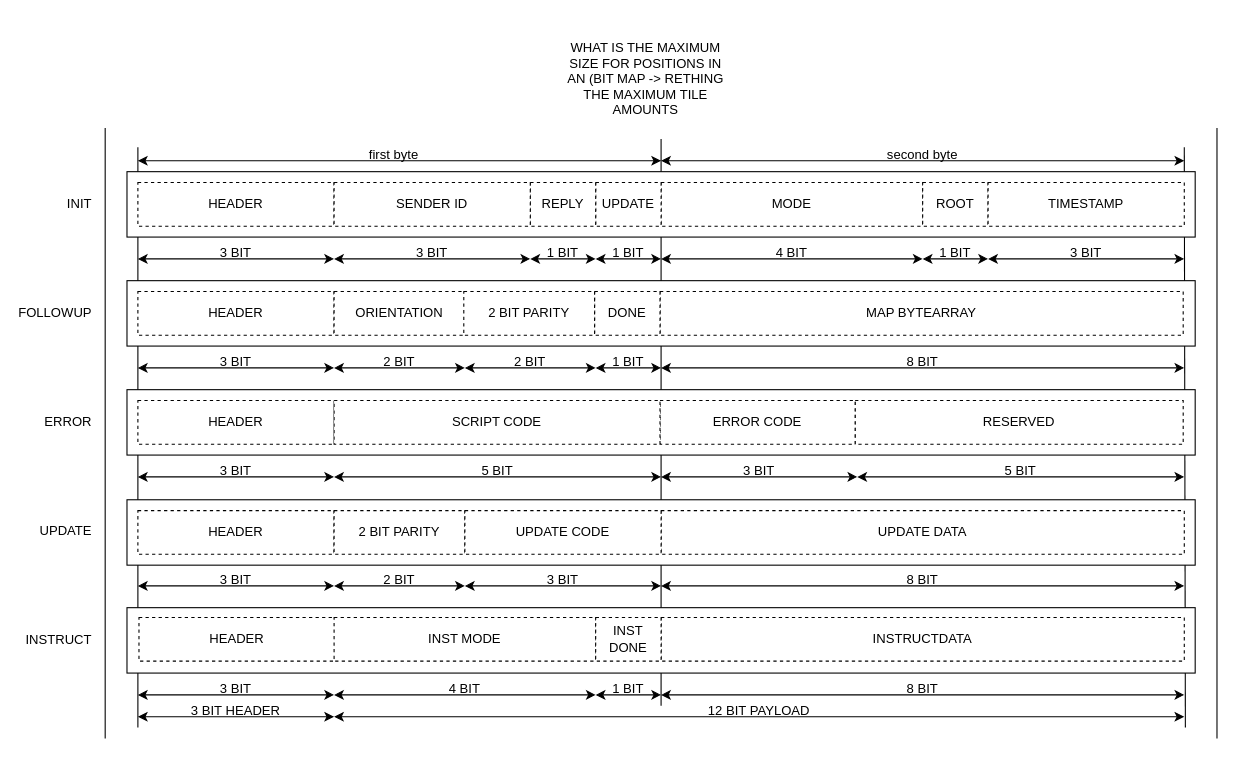
Earlier version of the draw.io diagram diagramsDrawio/msgArchitecture.drawio (SophiagDotart/puzzlingRobots). Source tidied: cells renumbered, new cells numbered last; positions are measured from the earlier drawing's top-left corner, leaving out a move shared by most shapes. Both pictures are drawn from the tidied source at 109%, with x=0, y=0 at pixel (28, 62).
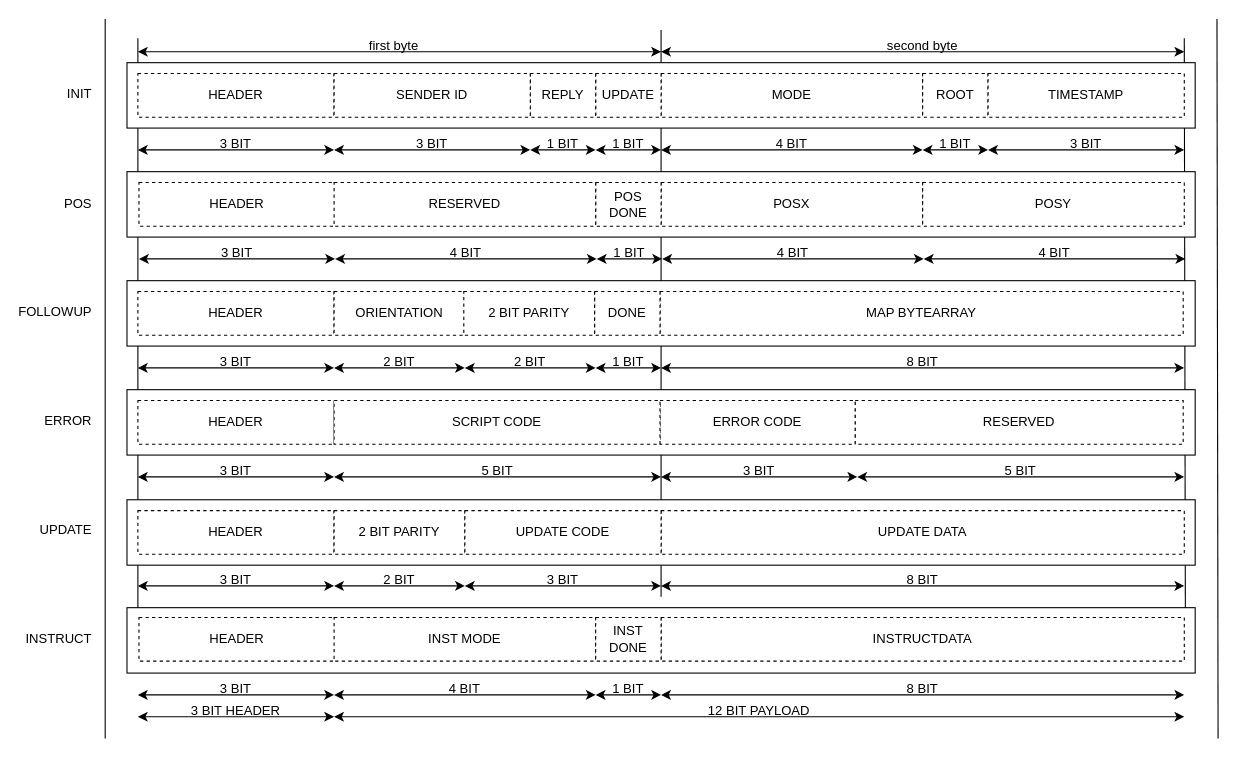
After the change.

Unchanged cells that the change refers to:
```xml
<mxCell id="73" value="second byte" style="text;html=1;whiteSpace=wrap;strokeColor=none;fillColor=none;align=center;verticalAlign=middle;rounded=0;" parent="71" vertex="1">
  <mxGeometry width="480" height="30" as="geometry" />
</mxCell>
<mxCell id="75" value="first byte" style="text;html=1;whiteSpace=wrap;strokeColor=none;fillColor=none;align=center;verticalAlign=middle;rounded=0;" parent="74" vertex="1">
  <mxGeometry width="470" height="30" as="geometry" />
</mxCell>
<mxCell id="78" style="group;" parent="77" vertex="1">
  <mxGeometry x="180" width="780" height="35" as="geometry" />
</mxCell>
<mxCell id="81" style="group;" parent="77" vertex="1">
  <mxGeometry width="180" height="34" as="geometry" />
</mxCell>
<mxCell id="123" style="group;" parent="122" vertex="1">
  <mxGeometry width="60" height="330" as="geometry" />
</mxCell>
```

Diff of the diagram source:
```diff
@@
     <mxCell id="2" style="endArrow=none;html=1;rounded=0;entryX=1;entryY=0.25;entryDx=0;entryDy=0;" parent="1" edge="1" target="73">
       <mxGeometry relative="1" as="geometry">
-        <mxPoint x="1061" y="610" as="sourcePoint" />
+        <mxPoint x="1061" y="510" as="sourcePoint" />
       </mxGeometry>
     </mxCell>
     <mxCell id="3" style="endArrow=none;html=1;rounded=0;entryX=0;entryY=0.25;entryDx=0;entryDy=0;" parent="1" edge="1" target="75">
       <mxGeometry relative="1" as="geometry">
-        <mxPoint x="100" y="610" as="sourcePoint" />
+        <mxPoint x="100" y="510" as="sourcePoint" />
       </mxGeometry>
     </mxCell>
     <mxCell id="4" style="endArrow=none;html=1;rounded=0;" parent="1" edge="1">
       <mxGeometry relative="1" as="geometry">
-        <mxPoint x="580" y="590" as="sourcePoint" />
-        <mxPoint x="580" y="70" as="targetPoint" />
+        <mxPoint x="580" y="490" as="sourcePoint" />
+        <mxPoint x="580" y="-30" as="targetPoint" />
         <Array as="points">
-          <mxPoint x="580" y="170" />
+          <mxPoint x="580" y="70" />
         </Array>
       </mxGeometry>
     </mxCell>
     <mxCell id="5" style="endArrow=none;html=1;rounded=0;" parent="1" edge="1">
       <mxGeometry relative="1" as="geometry">
         <mxPoint x="70" y="620" as="sourcePoint" />
-        <mxPoint x="70" y="60" as="targetPoint" />
+        <mxPoint x="70" y="-40" as="targetPoint" />
       </mxGeometry>
     </mxCell>
     <mxCell id="6" style="endArrow=none;html=1;rounded=0;" parent="1" edge="1">
       <mxGeometry relative="1" as="geometry">
-        <mxPoint x="1090" y="620" as="sourcePoint" />
-        <mxPoint x="1090" y="60" as="targetPoint" />
+        <mxPoint x="1091" y="620" as="sourcePoint" />
+        <mxPoint x="1090" y="-40" as="targetPoint" />
       </mxGeometry>
     </mxCell>
     <mxCell id="7" style="rounded=0;whiteSpace=wrap;html=1;" parent="1" vertex="1">
-      <mxGeometry x="90" y="100" width="980" height="60" as="geometry" />
+      <mxGeometry x="90" width="980" height="60" as="geometry" />
     </mxCell>
     <mxCell id="8" value="MODE" style="rounded=0;whiteSpace=wrap;html=1;dashed=1;" parent="1" vertex="1">
-      <mxGeometry x="580" y="110" width="240" height="40" as="geometry" />
+      <mxGeometry x="580" y="10" width="240" height="40" as="geometry" />
     </mxCell>
     <mxCell id="9" value="UPDATE" style="rounded=0;whiteSpace=wrap;html=1;dashed=1;" parent="1" vertex="1">
-      <mxGeometry x="520" y="110" width="60" height="40" as="geometry" />
+      <mxGeometry x="520" y="10" width="60" height="40" as="geometry" />
     </mxCell>
     <mxCell id="10" value="REPLY" style="rounded=0;whiteSpace=wrap;html=1;dashed=1;" parent="1" vertex="1">
-      <mxGeometry x="460" y="110" width="60" height="40" as="geometry" />
+      <mxGeometry x="460" y="10" width="60" height="40" as="geometry" />
     </mxCell>
     <mxCell id="11" value="ROOT" style="rounded=0;whiteSpace=wrap;html=1;dashed=1;" parent="1" vertex="1">
-      <mxGeometry x="820" y="110" width="60" height="40" as="geometry" />
+      <mxGeometry x="820" y="10" width="60" height="40" as="geometry" />
     </mxCell>
     <mxCell id="12" value="HEADER" style="rounded=0;whiteSpace=wrap;html=1;dashed=1;" parent="1" vertex="1">
-      <mxGeometry x="100" y="110" width="180" height="40" as="geometry" />
+      <mxGeometry x="100" y="10" width="180" height="40" as="geometry" />
     </mxCell>
     <mxCell id="13" value="SENDER ID" style="rounded=0;whiteSpace=wrap;html=1;dashed=1;" parent="1" vertex="1">
-      <mxGeometry x="280" y="110" width="180" height="40" as="geometry" />
+      <mxGeometry x="280" y="10" width="180" height="40" as="geometry" />
     </mxCell>
     <mxCell id="14" value="TIMESTAMP" style="rounded=0;whiteSpace=wrap;html=1;dashed=1;" parent="1" vertex="1">
-      <mxGeometry x="880" y="110" width="180" height="40" as="geometry" />
+      <mxGeometry x="880" y="10" width="180" height="40" as="geometry" />
     </mxCell>
@@
     <mxCell id="53" style="group;" parent="1" vertex="1">
-      <mxGeometry x="100" y="160" width="180" height="30" as="geometry" />
+      <mxGeometry x="100" y="60" width="180" height="30" as="geometry" />
     </mxCell>
@@
     <mxCell id="56" style="group;" parent="1" vertex="1">
-      <mxGeometry x="280" y="160" width="180" height="30" as="geometry" />
+      <mxGeometry x="280" y="60" width="180" height="30" as="geometry" />
     </mxCell>
@@
     <mxCell id="59" style="group;" parent="1" vertex="1">
-      <mxGeometry x="580" y="160" width="240" height="30" as="geometry" />
+      <mxGeometry x="580" y="60" width="240" height="30" as="geometry" />
     </mxCell>
@@
     <mxCell id="62" style="group;" parent="1" vertex="1">
-      <mxGeometry x="880" y="160" width="180" height="30" as="geometry" />
+      <mxGeometry x="880" y="60" width="180" height="30" as="geometry" />
     </mxCell>
@@
     <mxCell id="65" style="group;" parent="1" vertex="1">
-      <mxGeometry x="460" y="160" width="60" height="30" as="geometry" />
+      <mxGeometry x="460" y="60" width="60" height="30" as="geometry" />
     </mxCell>
@@
     <mxCell id="68" style="group;" parent="1" vertex="1">
-      <mxGeometry x="520" y="160" width="60" height="30" as="geometry" />
+      <mxGeometry x="520" y="60" width="60" height="30" as="geometry" />
     </mxCell>
@@
     <mxCell id="71" style="group;" parent="1" vertex="1">
-      <mxGeometry x="580" y="70" width="480" height="30" as="geometry" />
+      <mxGeometry x="580" y="-30" width="480" height="30" as="geometry" />
     </mxCell>
@@
     <mxCell id="74" style="group;" parent="1" vertex="1">
-      <mxGeometry x="100" y="70" width="480" height="30" as="geometry" />
+      <mxGeometry x="100" y="-30" width="480" height="30" as="geometry" />
     </mxCell>
@@
     <mxCell id="77" style="group;" parent="1" vertex="1">
-      <mxGeometry x="100" y="580" width="960" height="35" as="geometry" />
+      <mxGeometry x="100" y="560" width="960" height="35" as="geometry" />
     </mxCell>
@@
     <mxCell id="79" style="endArrow=classic;startArrow=classic;html=1;rounded=0;" parent="78" edge="1">
       <mxGeometry relative="1" as="geometry">
-        <mxPoint y="20" as="sourcePoint" />
-        <mxPoint x="780" y="20" as="targetPoint" />
+        <mxPoint y="40" as="sourcePoint" />
+        <mxPoint x="780" y="40" as="targetPoint" />
       </mxGeometry>
     </mxCell>
     <mxCell id="80" value="12 BIT PAYLOAD" style="text;html=1;whiteSpace=wrap;strokeColor=none;fillColor=none;align=center;verticalAlign=middle;rounded=0;" parent="78" vertex="1">
-      <mxGeometry width="780" height="30" as="geometry" />
+      <mxGeometry y="20" width="780" height="30" as="geometry" />
     </mxCell>
@@
     <mxCell id="82" style="endArrow=classic;startArrow=classic;html=1;rounded=0;" parent="81" edge="1">
       <mxGeometry relative="1" as="geometry">
-        <mxPoint y="20" as="sourcePoint" />
-        <mxPoint x="180" y="20" as="targetPoint" />
+        <mxPoint y="40" as="sourcePoint" />
+        <mxPoint x="180" y="40" as="targetPoint" />
       </mxGeometry>
     </mxCell>
     <mxCell id="83" value="3 BIT HEADER" style="text;html=1;whiteSpace=wrap;strokeColor=none;fillColor=none;align=center;verticalAlign=middle;rounded=0;" parent="81" vertex="1">
-      <mxGeometry width="180" height="30" as="geometry" />
+      <mxGeometry y="20" width="180" height="30" as="geometry" />
     </mxCell>
     <mxCell id="84" style="group;" parent="1" vertex="1">
-      <mxGeometry x="820" y="160" width="60" height="30" as="geometry" />
+      <mxGeometry x="820" y="60" width="60" height="30" as="geometry" />
     </mxCell>
@@
     <mxCell id="122" style="group;" parent="1" vertex="1">
-      <mxGeometry y="115" width="60" height="430" as="geometry" />
+      <mxGeometry y="14" width="60" height="430" as="geometry" />
     </mxCell>
@@
     <mxCell id="125" value="FOLLOWUP" style="text;html=1;align=right;verticalAlign=middle;whiteSpace=wrap;rounded=0;" parent="123" vertex="1">
-      <mxGeometry y="100" width="60" height="30" as="geometry" />
+      <mxGeometry y="200" width="60" height="30" as="geometry" />
     </mxCell>
     <mxCell id="126" value="ERROR" style="text;html=1;align=right;verticalAlign=middle;whiteSpace=wrap;rounded=0;" parent="123" vertex="1">
-      <mxGeometry y="200" width="60" height="30" as="geometry" />
+      <mxGeometry y="300" width="60" height="30" as="geometry" />
     </mxCell>
     <mxCell id="127" value="UPDATE" style="text;html=1;align=right;verticalAlign=middle;whiteSpace=wrap;rounded=0;" parent="123" vertex="1">
-      <mxGeometry y="300" width="60" height="30" as="geometry" />
+      <mxGeometry y="400" width="60" height="30" as="geometry" />
     </mxCell>
+    <mxCell id="130" value="POS" style="text;html=1;align=right;verticalAlign=middle;whiteSpace=wrap;rounded=0;" parent="123" vertex="1">
+      <mxGeometry y="101" width="60" height="30" as="geometry" />
+    </mxCell>
     <mxCell id="128" value="INSTRUCT" style="text;html=1;align=right;verticalAlign=middle;whiteSpace=wrap;rounded=0;" parent="122" vertex="1">
-      <mxGeometry y="400" width="60" height="30" as="geometry" />
+      <mxGeometry y="500" width="60" height="30" as="geometry" />
     </mxCell>
-    <mxCell id="129" value="WHAT IS THE MAXIMUM SIZE FOR POSITIONS IN AN (BIT MAP -&amp;gt; RETHING THE MAXIMUM TILE AMOUNTS" style="text;html=1;align=center;verticalAlign=middle;whiteSpace=wrap;rounded=0;" parent="1" vertex="1">
-      <mxGeometry x="491" width="150" height="30" as="geometry" />
-    </mxCell>
+    <mxCell id="131" style="rounded=0;whiteSpace=wrap;html=1;" parent="1" vertex="1">
+      <mxGeometry x="90" y="100" width="980" height="60" as="geometry" />
+    </mxCell>
+    <mxCell id="132" value="HEADER" style="rounded=0;whiteSpace=wrap;html=1;dashed=1;" parent="1" vertex="1">
+      <mxGeometry x="101" y="110" width="180" height="40" as="geometry" />
+    </mxCell>
+    <mxCell id="133" value="POSX" style="rounded=0;whiteSpace=wrap;html=1;dashed=1;" parent="1" vertex="1">
+      <mxGeometry x="580" y="110" width="240" height="40" as="geometry" />
+    </mxCell>
+    <mxCell id="134" value="POSY" style="rounded=0;whiteSpace=wrap;html=1;dashed=1;" parent="1" vertex="1">
+      <mxGeometry x="820" y="110" width="240" height="40" as="geometry" />
+    </mxCell>
+    <mxCell id="135" value="POS DONE" style="rounded=0;whiteSpace=wrap;html=1;dashed=1;" parent="1" vertex="1">
+      <mxGeometry x="520" y="110" width="60" height="40" as="geometry" />
+    </mxCell>
+    <mxCell id="136" value="RESERVED" style="rounded=0;whiteSpace=wrap;html=1;dashed=1;" parent="1" vertex="1">
+      <mxGeometry x="280" y="110" width="240" height="40" as="geometry" />
+    </mxCell>
+    <mxCell id="137" style="group;" parent="1" vertex="1">
+      <mxGeometry x="581" y="160" width="240" height="30" as="geometry" />
+    </mxCell>
+    <mxCell id="138" style="endArrow=classic;startArrow=classic;html=1;rounded=0;" parent="137" edge="1">
+      <mxGeometry relative="1" as="geometry">
+        <mxPoint y="20" as="sourcePoint" />
+        <mxPoint x="240" y="20" as="targetPoint" />
+      </mxGeometry>
+    </mxCell>
+    <mxCell id="139" value="4 BIT" style="text;html=1;whiteSpace=wrap;strokeColor=none;fillColor=none;align=center;verticalAlign=middle;rounded=0;" parent="137" vertex="1">
+      <mxGeometry x="80" width="80" height="30" as="geometry" />
+    </mxCell>
+    <mxCell id="140" style="group;" parent="1" vertex="1">
+      <mxGeometry x="821" y="160" width="240" height="30" as="geometry" />
+    </mxCell>
+    <mxCell id="141" style="endArrow=classic;startArrow=classic;html=1;rounded=0;" parent="140" edge="1">
+      <mxGeometry relative="1" as="geometry">
+        <mxPoint y="20" as="sourcePoint" />
+        <mxPoint x="240" y="20" as="targetPoint" />
+      </mxGeometry>
+    </mxCell>
+    <mxCell id="142" value="4 BIT" style="text;html=1;whiteSpace=wrap;strokeColor=none;fillColor=none;align=center;verticalAlign=middle;rounded=0;" parent="140" vertex="1">
+      <mxGeometry x="80" width="80" height="30" as="geometry" />
+    </mxCell>
+    <mxCell id="143" style="group;" parent="1" vertex="1">
+      <mxGeometry x="281" y="160" width="240" height="30" as="geometry" />
+    </mxCell>
+    <mxCell id="144" style="endArrow=classic;startArrow=classic;html=1;rounded=0;" parent="143" edge="1">
+      <mxGeometry relative="1" as="geometry">
+        <mxPoint y="20" as="sourcePoint" />
+        <mxPoint x="240" y="20" as="targetPoint" />
+      </mxGeometry>
+    </mxCell>
+    <mxCell id="145" value="4 BIT" style="text;html=1;whiteSpace=wrap;strokeColor=none;fillColor=none;align=center;verticalAlign=middle;rounded=0;" parent="143" vertex="1">
+      <mxGeometry x="80" width="80" height="30" as="geometry" />
+    </mxCell>
+    <mxCell id="146" style="group;" parent="1" vertex="1">
+      <mxGeometry x="521" y="160" width="60" height="30" as="geometry" />
+    </mxCell>
+    <mxCell id="147" style="endArrow=classic;startArrow=classic;html=1;rounded=0;" parent="146" edge="1">
+      <mxGeometry relative="1" as="geometry">
+        <mxPoint y="20" as="sourcePoint" />
+        <mxPoint x="60" y="20" as="targetPoint" />
+      </mxGeometry>
+    </mxCell>
+    <mxCell id="148" value="1 BIT" style="text;html=1;whiteSpace=wrap;strokeColor=none;fillColor=none;align=center;verticalAlign=middle;rounded=0;" parent="146" vertex="1">
+      <mxGeometry width="60" height="30" as="geometry" />
+    </mxCell>
+    <mxCell id="149" style="group;" parent="1" vertex="1">
+      <mxGeometry x="101" y="160" width="180" height="30" as="geometry" />
+    </mxCell>
+    <mxCell id="150" style="endArrow=classic;startArrow=classic;html=1;rounded=0;" parent="149" edge="1">
+      <mxGeometry relative="1" as="geometry">
+        <mxPoint y="20" as="sourcePoint" />
+        <mxPoint x="180" y="20" as="targetPoint" />
+      </mxGeometry>
+    </mxCell>
+    <mxCell id="151" value="3 BIT" style="text;html=1;whiteSpace=wrap;strokeColor=none;fillColor=none;align=center;verticalAlign=middle;rounded=0;" parent="149" vertex="1">
+      <mxGeometry x="60" width="60" height="30" as="geometry" />
+    </mxCell>
```
